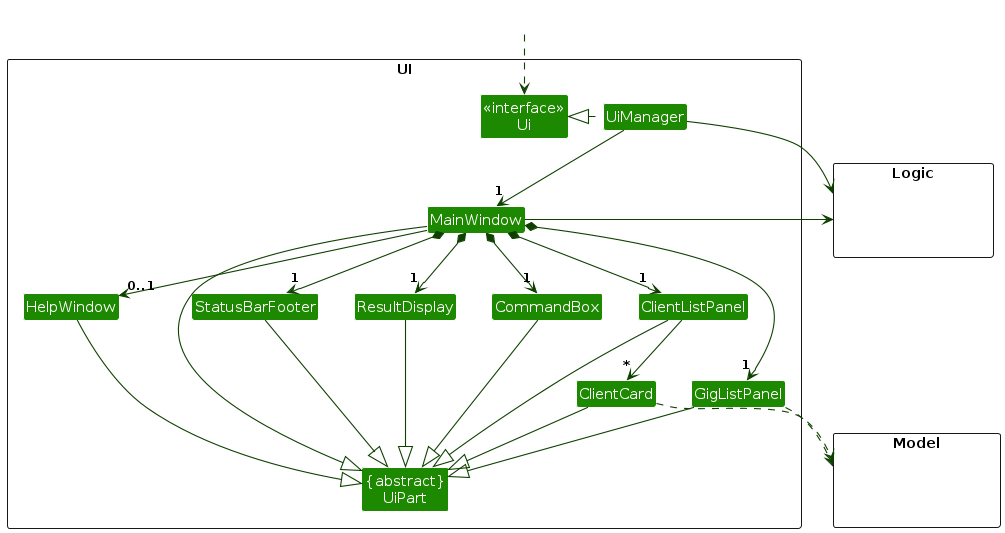
The PlantUML diagram diagrams/UiClassDiagram.png in AY2627S1-CS2103T-W14-4/tp, before a commit. Its source is kept beside it as diagrams/UiClassDiagram.puml.
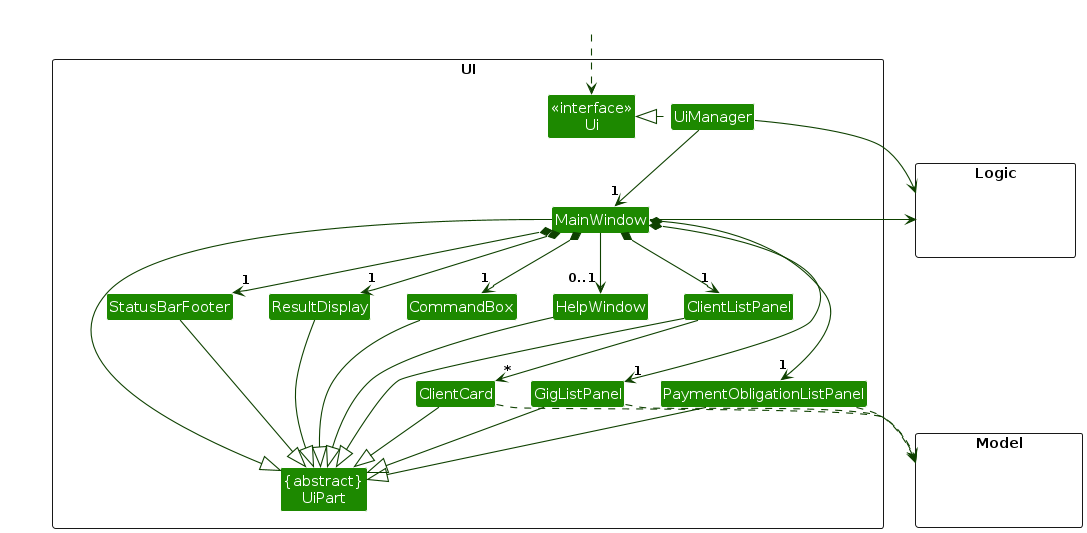
After the change.

Change to the diagram source:
```diff
@@ -14,6 +14,7 @@
 Class ClientListPanel
 Class ClientCard
 Class GigListPanel
+Class PaymentObligationListPanel
 Class StatusBarFooter
 Class CommandBox
 }
@@ -35,6 +36,7 @@
 MainWindow *-down-> "1" ResultDisplay
 MainWindow *-down-> "1" ClientListPanel
 MainWindow *-down-> "1" GigListPanel
+MainWindow *-down-> "1" PaymentObligationListPanel
 MainWindow *-down-> "1" StatusBarFooter
 MainWindow --> "0..1" HelpWindow
 
@@ -46,12 +48,14 @@
 CommandBox --|> UiPart
 ClientListPanel --|> UiPart
 GigListPanel --|> UiPart
+PaymentObligationListPanel --|> UiPart
 ClientCard --|> UiPart
 StatusBarFooter --|> UiPart
 HelpWindow --|> UiPart
 
 ClientCard ..> Model
 GigListPanel ..> Model
+PaymentObligationListPanel ..> Model
 UiManager -right-> Logic
 MainWindow -left-> Logic
 
```
